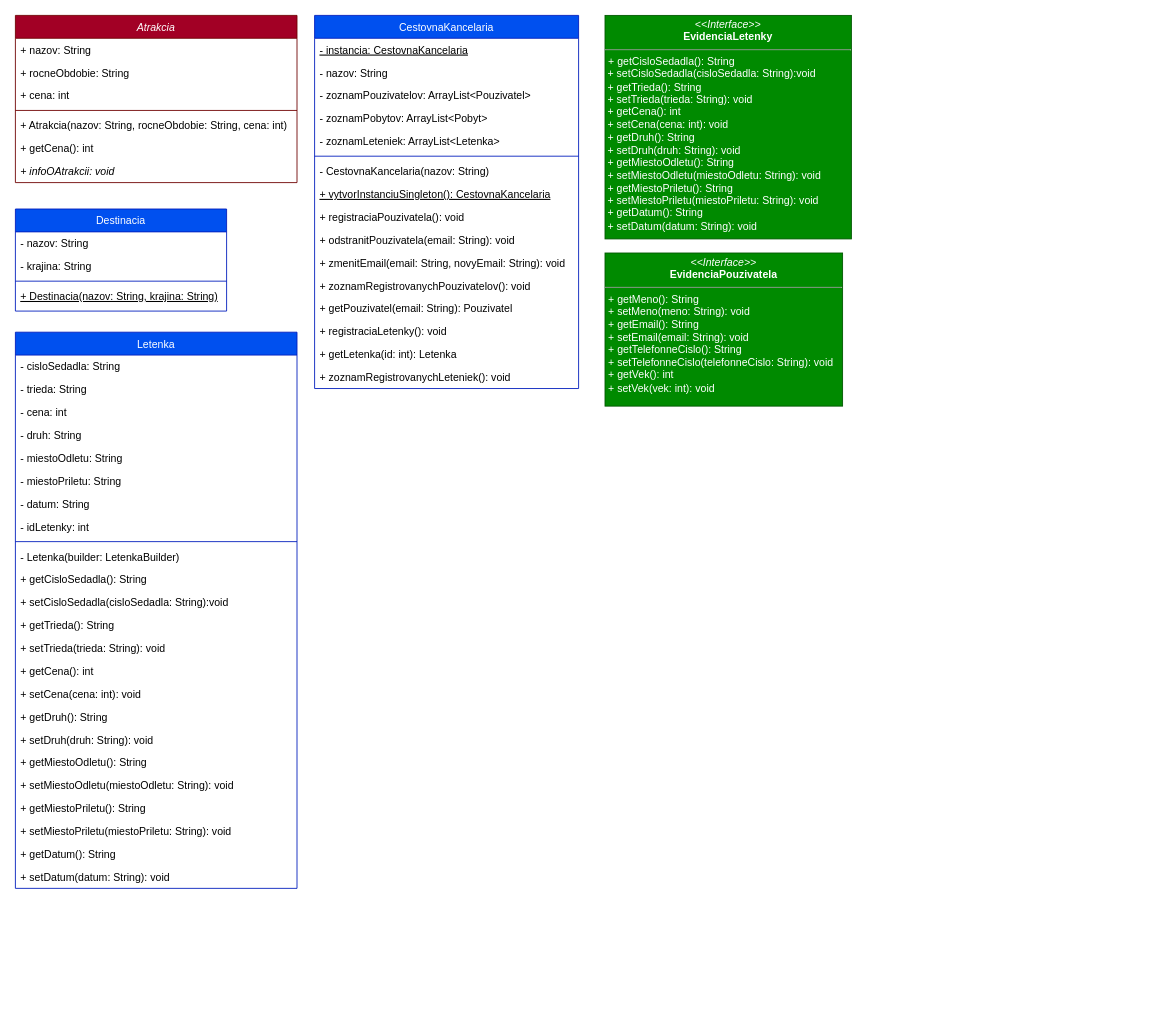
The draw.io diagram src/zadanie/Cestovna_kancelaria.drawio in Marek243-sk/ZadanieANIS2, before the edit. Source tidied: cells renumbered, new cells numbered last; positions are measured from the earlier drawing's top-left corner, leaving out a move shared by most shapes. Both pictures are drawn from the tidied source at 88%, with x=0, y=0 at pixel (15, 15).
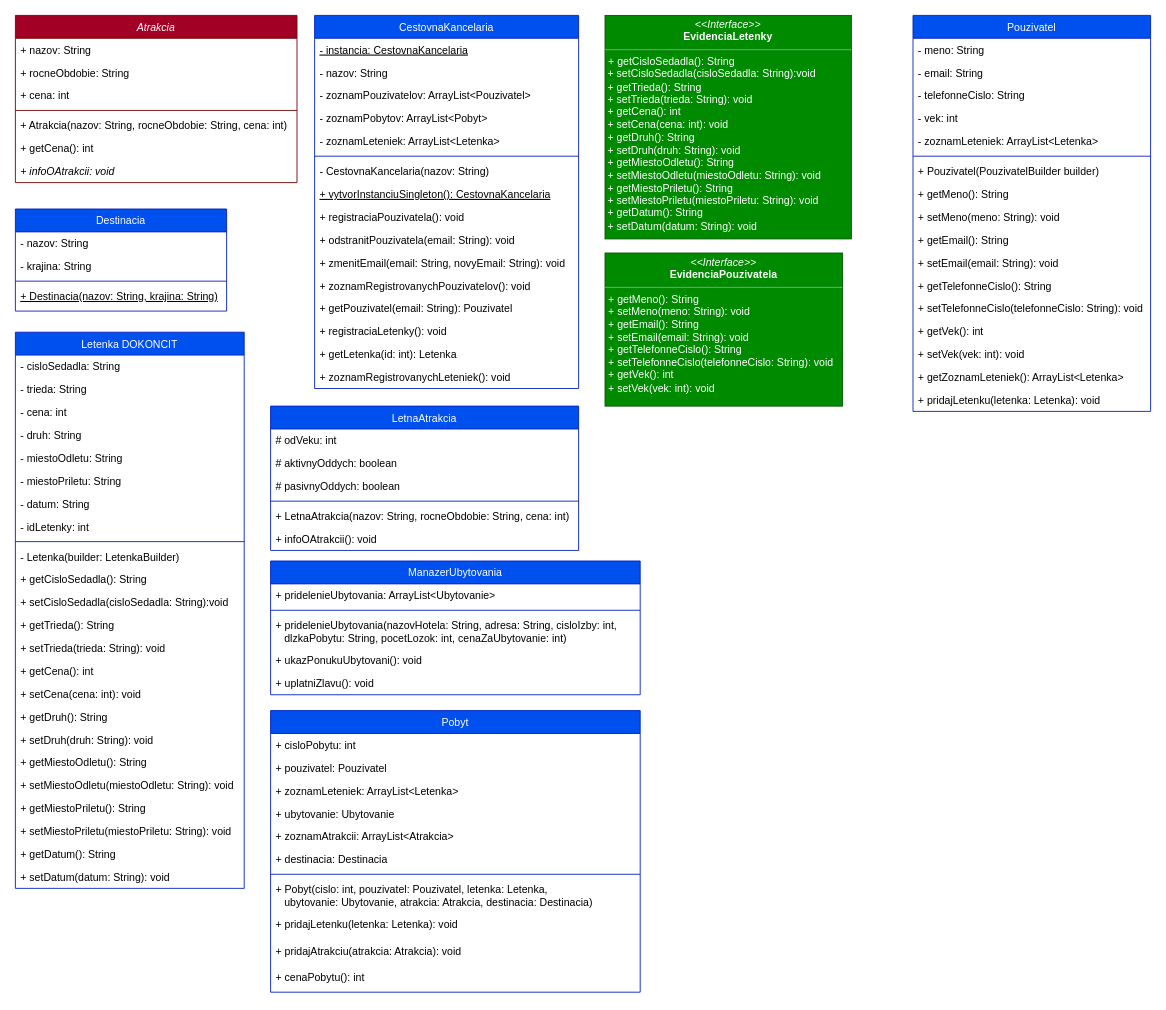
The same diagram, later.

The edit, as a diff of the source:
```diff
@@
-    <mxCell id="34" value="Letenka" style="swimlane;fontStyle=0;align=center;verticalAlign=top;horizontal=1;startSize=26;rounded=0;shadow=0;strokeWidth=1;fillColor=#0050ef;fontColor=#ffffff;strokeColor=#001DBC;" parent="1" vertex="1">
-      <mxGeometry y="360" width="320" height="632" as="geometry" />
+    <mxCell id="34" value="Letenka DOKONCIT" style="swimlane;fontStyle=0;align=center;verticalAlign=top;horizontal=1;startSize=26;rounded=0;shadow=0;strokeWidth=1;fillColor=#0050ef;fontColor=#ffffff;strokeColor=#001DBC;" parent="1" vertex="1">
+      <mxGeometry y="360" width="260" height="632" as="geometry" />
     </mxCell>
     <mxCell id="35" value="- cisloSedadla: String" style="text;align=left;verticalAlign=top;spacingLeft=4;spacingRight=4;overflow=hidden;" parent="34" vertex="1">
-      <mxGeometry y="26" width="320" height="26" as="geometry" />
+      <mxGeometry y="26" width="260" height="26" as="geometry" />
     </mxCell>
     <mxCell id="36" value="- trieda: String" style="text;align=left;verticalAlign=top;spacingLeft=4;spacingRight=4;overflow=hidden;rounded=0;shadow=0;html=0;" parent="34" vertex="1">
-      <mxGeometry y="52" width="320" height="26" as="geometry" />
+      <mxGeometry y="52" width="260" height="26" as="geometry" />
     </mxCell>
     <mxCell id="37" value="- cena: int" style="text;align=left;verticalAlign=top;spacingLeft=4;spacingRight=4;overflow=hidden;rounded=0;shadow=0;html=0;" parent="34" vertex="1">
-      <mxGeometry y="78" width="320" height="26" as="geometry" />
+      <mxGeometry y="78" width="260" height="26" as="geometry" />
     </mxCell>
     <mxCell id="38" value="- druh: String" style="text;align=left;verticalAlign=top;spacingLeft=4;spacingRight=4;overflow=hidden;rounded=0;shadow=0;html=0;" parent="34" vertex="1">
-      <mxGeometry y="104" width="320" height="26" as="geometry" />
+      <mxGeometry y="104" width="260" height="26" as="geometry" />
     </mxCell>
     <mxCell id="39" value="- miestoOdletu: String" style="text;align=left;verticalAlign=top;spacingLeft=4;spacingRight=4;overflow=hidden;rounded=0;shadow=0;html=0;" parent="34" vertex="1">
-      <mxGeometry y="130" width="320" height="26" as="geometry" />
+      <mxGeometry y="130" width="260" height="26" as="geometry" />
     </mxCell>
     <mxCell id="40" value="- miestoPriletu: String" style="text;align=left;verticalAlign=top;spacingLeft=4;spacingRight=4;overflow=hidden;rounded=0;shadow=0;html=0;" parent="34" vertex="1">
-      <mxGeometry y="156" width="320" height="26" as="geometry" />
+      <mxGeometry y="156" width="260" height="26" as="geometry" />
     </mxCell>
     <mxCell id="41" value="- datum: String" style="text;align=left;verticalAlign=top;spacingLeft=4;spacingRight=4;overflow=hidden;rounded=0;shadow=0;html=0;" parent="34" vertex="1">
-      <mxGeometry y="182" width="320" height="26" as="geometry" />
+      <mxGeometry y="182" width="260" height="26" as="geometry" />
     </mxCell>
     <mxCell id="42" value="- idLetenky: int" style="text;align=left;verticalAlign=top;spacingLeft=4;spacingRight=4;overflow=hidden;rounded=0;shadow=0;html=0;" parent="34" vertex="1">
-      <mxGeometry y="208" width="320" height="26" as="geometry" />
+      <mxGeometry y="208" width="260" height="26" as="geometry" />
     </mxCell>
     <mxCell id="43" style="line;html=1;strokeWidth=1;align=left;verticalAlign=middle;spacingTop=-1;spacingLeft=3;spacingRight=3;labelPosition=right;fillColor=#0050ef;fontColor=#ffffff;strokeColor=#001DBC;" parent="34" vertex="1">
-      <mxGeometry y="234" width="320" height="8" as="geometry" />
+      <mxGeometry y="234" width="260" height="8" as="geometry" />
     </mxCell>
     <mxCell id="44" value="- Letenka(builder: LetenkaBuilder)" style="text;align=left;verticalAlign=top;spacingLeft=4;spacingRight=4;overflow=hidden;fontStyle=0;" parent="34" vertex="1">
-      <mxGeometry y="242" width="320" height="26" as="geometry" />
+      <mxGeometry y="242" width="260" height="26" as="geometry" />
     </mxCell>
     <mxCell id="45" value="+ getCisloSedadla(): String" style="text;align=left;verticalAlign=top;spacingLeft=4;spacingRight=4;overflow=hidden;fontStyle=0;" parent="34" vertex="1">
-      <mxGeometry y="268" width="320" height="26" as="geometry" />
+      <mxGeometry y="268" width="260" height="26" as="geometry" />
     </mxCell>
     <mxCell id="46" value="+ setCisloSedadla(cisloSedadla: String):void&#10;" style="text;align=left;verticalAlign=top;spacingLeft=4;spacingRight=4;overflow=hidden;fontStyle=0;" parent="34" vertex="1">
-      <mxGeometry y="294" width="320" height="26" as="geometry" />
+      <mxGeometry y="294" width="260" height="26" as="geometry" />
     </mxCell>
     <mxCell id="47" value="+ getTrieda(): String" style="text;align=left;verticalAlign=top;spacingLeft=4;spacingRight=4;overflow=hidden;fontStyle=0;" parent="34" vertex="1">
-      <mxGeometry y="320" width="320" height="26" as="geometry" />
+      <mxGeometry y="320" width="260" height="26" as="geometry" />
     </mxCell>
     <mxCell id="48" value="+ setTrieda(trieda: String): void" style="text;align=left;verticalAlign=top;spacingLeft=4;spacingRight=4;overflow=hidden;fontStyle=0;" parent="34" vertex="1">
-      <mxGeometry y="346" width="320" height="26" as="geometry" />
+      <mxGeometry y="346" width="260" height="26" as="geometry" />
     </mxCell>
     <mxCell id="49" value="+ getCena(): int" style="text;align=left;verticalAlign=top;spacingLeft=4;spacingRight=4;overflow=hidden;fontStyle=0;" parent="34" vertex="1">
-      <mxGeometry y="372" width="320" height="26" as="geometry" />
+      <mxGeometry y="372" width="260" height="26" as="geometry" />
     </mxCell>
     <mxCell id="50" value="+ setCena(cena: int): void" style="text;align=left;verticalAlign=top;spacingLeft=4;spacingRight=4;overflow=hidden;fontStyle=0;" parent="34" vertex="1">
-      <mxGeometry y="398" width="320" height="26" as="geometry" />
+      <mxGeometry y="398" width="260" height="26" as="geometry" />
     </mxCell>
     <mxCell id="51" value="+ getDruh(): String" style="text;align=left;verticalAlign=top;spacingLeft=4;spacingRight=4;overflow=hidden;fontStyle=0;" parent="34" vertex="1">
-      <mxGeometry y="424" width="320" height="26" as="geometry" />
+      <mxGeometry y="424" width="260" height="26" as="geometry" />
     </mxCell>
     <mxCell id="52" value="+ setDruh(druh: String): void" style="text;align=left;verticalAlign=top;spacingLeft=4;spacingRight=4;overflow=hidden;fontStyle=0;" parent="34" vertex="1">
-      <mxGeometry y="450" width="320" height="26" as="geometry" />
+      <mxGeometry y="450" width="260" height="26" as="geometry" />
     </mxCell>
     <mxCell id="53" value="+ getMiestoOdletu(): String" style="text;align=left;verticalAlign=top;spacingLeft=4;spacingRight=4;overflow=hidden;fontStyle=0;" parent="34" vertex="1">
-      <mxGeometry y="476" width="320" height="26" as="geometry" />
+      <mxGeometry y="476" width="260" height="26" as="geometry" />
     </mxCell>
     <mxCell id="54" value="+ setMiestoOdletu(miestoOdletu: String): void" style="text;align=left;verticalAlign=top;spacingLeft=4;spacingRight=4;overflow=hidden;fontStyle=0;" parent="34" vertex="1">
-      <mxGeometry y="502" width="320" height="26" as="geometry" />
+      <mxGeometry y="502" width="260" height="26" as="geometry" />
     </mxCell>
     <mxCell id="55" value="+ getMiestoPriletu(): String" style="text;align=left;verticalAlign=top;spacingLeft=4;spacingRight=4;overflow=hidden;fontStyle=0;" parent="34" vertex="1">
-      <mxGeometry y="528" width="320" height="26" as="geometry" />
+      <mxGeometry y="528" width="260" height="26" as="geometry" />
     </mxCell>
     <mxCell id="56" value="+ setMiestoPriletu(miestoPriletu: String): void" style="text;align=left;verticalAlign=top;spacingLeft=4;spacingRight=4;overflow=hidden;fontStyle=0;" parent="34" vertex="1">
-      <mxGeometry y="554" width="320" height="26" as="geometry" />
+      <mxGeometry y="554" width="260" height="26" as="geometry" />
     </mxCell>
     <mxCell id="57" value="+ getDatum(): String" style="text;align=left;verticalAlign=top;spacingLeft=4;spacingRight=4;overflow=hidden;fontStyle=0;" parent="34" vertex="1">
-      <mxGeometry y="580" width="320" height="26" as="geometry" />
+      <mxGeometry y="580" width="260" height="26" as="geometry" />
     </mxCell>
     <mxCell id="58" value="+ setDatum(datum: String): void" style="text;align=left;verticalAlign=top;spacingLeft=4;spacingRight=4;overflow=hidden;fontStyle=0;" parent="34" vertex="1">
-      <mxGeometry y="606" width="320" height="26" as="geometry" />
+      <mxGeometry y="606" width="260" height="26" as="geometry" />
     </mxCell>
+    <mxCell id="59" value="LetnaAtrakcia" style="swimlane;fontStyle=0;align=center;verticalAlign=top;horizontal=1;startSize=26;rounded=0;shadow=0;strokeWidth=1;fillColor=#0050ef;fontColor=#ffffff;strokeColor=#001DBC;" parent="1" vertex="1">
+      <mxGeometry x="290" y="444" width="350" height="164" as="geometry" />
+    </mxCell>
+    <mxCell id="60" value="# odVeku: int" style="text;align=left;verticalAlign=top;spacingLeft=4;spacingRight=4;overflow=hidden;" parent="59" vertex="1">
+      <mxGeometry y="26" width="350" height="26" as="geometry" />
+    </mxCell>
+    <mxCell id="61" value="# aktivnyOddych: boolean" style="text;align=left;verticalAlign=top;spacingLeft=4;spacingRight=4;overflow=hidden;rounded=0;shadow=0;html=0;" parent="59" vertex="1">
+      <mxGeometry y="52" width="350" height="26" as="geometry" />
+    </mxCell>
+    <mxCell id="62" value="# pasivnyOddych: boolean" style="text;align=left;verticalAlign=top;spacingLeft=4;spacingRight=4;overflow=hidden;rounded=0;shadow=0;html=0;" parent="59" vertex="1">
+      <mxGeometry y="78" width="350" height="26" as="geometry" />
+    </mxCell>
+    <mxCell id="63" style="line;html=1;strokeWidth=1;align=left;verticalAlign=middle;spacingTop=-1;spacingLeft=3;spacingRight=3;labelPosition=right;fillColor=#0050ef;fontColor=#ffffff;strokeColor=#001DBC;" parent="59" vertex="1">
+      <mxGeometry y="104" width="350" height="8" as="geometry" />
+    </mxCell>
+    <mxCell id="64" value="+ LetnaAtrakcia(nazov: String, rocneObdobie: String, cena: int)" style="text;align=left;verticalAlign=top;spacingLeft=4;spacingRight=4;overflow=hidden;fontStyle=0;" parent="59" vertex="1">
+      <mxGeometry y="112" width="350" height="26" as="geometry" />
+    </mxCell>
+    <mxCell id="65" value="+ infoOAtrakcii(): void" style="text;align=left;verticalAlign=top;spacingLeft=4;spacingRight=4;overflow=hidden;fontStyle=0;" parent="59" vertex="1">
+      <mxGeometry y="138" width="350" height="26" as="geometry" />
+    </mxCell>
+    <mxCell id="66" value="ManazerUbytovania" style="swimlane;fontStyle=0;align=center;verticalAlign=top;horizontal=1;startSize=26;rounded=0;shadow=0;strokeWidth=1;fillColor=#0050ef;fontColor=#ffffff;strokeColor=#001DBC;" parent="1" vertex="1">
+      <mxGeometry x="290" y="620" width="420" height="152" as="geometry" />
+    </mxCell>
+    <mxCell id="67" value="+ pridelenieUbytovania: ArrayList&lt;Ubytovanie&gt;" style="text;align=left;verticalAlign=top;spacingLeft=4;spacingRight=4;overflow=hidden;" parent="66" vertex="1">
+      <mxGeometry y="26" width="420" height="26" as="geometry" />
+    </mxCell>
+    <mxCell id="68" style="line;html=1;strokeWidth=1;align=left;verticalAlign=middle;spacingTop=-1;spacingLeft=3;spacingRight=3;labelPosition=right;fillColor=#0050ef;fontColor=#ffffff;strokeColor=#001DBC;" parent="66" vertex="1">
+      <mxGeometry y="52" width="420" height="8" as="geometry" />
+    </mxCell>
+    <mxCell id="69" value="+ pridelenieUbytovania(nazovHotela: String, adresa: String, cisloIzby: int, &#10;   dlzkaPobytu: String, pocetLozok: int, cenaZaUbytovanie: int)" style="text;align=left;verticalAlign=top;spacingLeft=4;spacingRight=4;overflow=hidden;fontStyle=0;" parent="66" vertex="1">
+      <mxGeometry y="60" width="420" height="40" as="geometry" />
+    </mxCell>
+    <mxCell id="70" value="+ ukazPonukuUbytovani(): void" style="text;align=left;verticalAlign=top;spacingLeft=4;spacingRight=4;overflow=hidden;fontStyle=0;" parent="66" vertex="1">
+      <mxGeometry y="100" width="420" height="26" as="geometry" />
+    </mxCell>
+    <mxCell id="71" value="+ uplatniZlavu(): void" style="text;align=left;verticalAlign=top;spacingLeft=4;spacingRight=4;overflow=hidden;fontStyle=0;" parent="66" vertex="1">
+      <mxGeometry y="126" width="420" height="26" as="geometry" />
+    </mxCell>
+    <mxCell id="72" value="Pobyt" style="swimlane;fontStyle=0;align=center;verticalAlign=top;horizontal=1;startSize=26;rounded=0;shadow=0;strokeWidth=1;fillColor=#0050ef;fontColor=#ffffff;strokeColor=#001DBC;" parent="1" vertex="1">
+      <mxGeometry x="290" y="790" width="420" height="320" as="geometry" />
+    </mxCell>
+    <mxCell id="73" value="+ cisloPobytu: int" style="text;align=left;verticalAlign=top;spacingLeft=4;spacingRight=4;overflow=hidden;" parent="72" vertex="1">
+      <mxGeometry y="26" width="420" height="26" as="geometry" />
+    </mxCell>
+    <mxCell id="74" value="+ pouzivatel: Pouzivatel" style="text;align=left;verticalAlign=top;spacingLeft=4;spacingRight=4;overflow=hidden;rounded=0;shadow=0;html=0;" parent="72" vertex="1">
+      <mxGeometry y="52" width="420" height="26" as="geometry" />
+    </mxCell>
+    <mxCell id="75" value="+ zoznamLeteniek: ArrayList&lt;Letenka&gt;" style="text;align=left;verticalAlign=top;spacingLeft=4;spacingRight=4;overflow=hidden;rounded=0;shadow=0;html=0;" parent="72" vertex="1">
+      <mxGeometry y="78" width="420" height="26" as="geometry" />
+    </mxCell>
+    <mxCell id="76" value="+ ubytovanie: Ubytovanie " style="text;align=left;verticalAlign=top;spacingLeft=4;spacingRight=4;overflow=hidden;rounded=0;shadow=0;html=0;" parent="72" vertex="1">
+      <mxGeometry y="104" width="420" height="26" as="geometry" />
+    </mxCell>
+    <mxCell id="77" value="+ zoznamAtrakcii: ArrayList&lt;Atrakcia&gt;" style="text;align=left;verticalAlign=top;spacingLeft=4;spacingRight=4;overflow=hidden;rounded=0;shadow=0;html=0;" parent="72" vertex="1">
+      <mxGeometry y="130" width="420" height="26" as="geometry" />
+    </mxCell>
+    <mxCell id="78" value="+ destinacia: Destinacia" style="text;align=left;verticalAlign=top;spacingLeft=4;spacingRight=4;overflow=hidden;rounded=0;shadow=0;html=0;" parent="72" vertex="1">
+      <mxGeometry y="156" width="420" height="26" as="geometry" />
+    </mxCell>
+    <mxCell id="79" style="line;html=1;strokeWidth=1;align=left;verticalAlign=middle;spacingTop=-1;spacingLeft=3;spacingRight=3;labelPosition=right;fillColor=#0050ef;fontColor=#ffffff;strokeColor=#001DBC;" parent="72" vertex="1">
+      <mxGeometry y="182" width="420" height="8" as="geometry" />
+    </mxCell>
+    <mxCell id="80" value="+ Pobyt(cislo: int, pouzivatel: Pouzivatel, letenka: Letenka, &#10;   ubytovanie: Ubytovanie, atrakcia: Atrakcia, destinacia: Destinacia)" style="text;align=left;verticalAlign=top;spacingLeft=4;spacingRight=4;overflow=hidden;fontStyle=0;" parent="72" vertex="1">
+      <mxGeometry y="190" width="420" height="40" as="geometry" />
+    </mxCell>
+    <mxCell id="81" value="+ pridajLetenku(letenka: Letenka): void" style="text;align=left;verticalAlign=top;spacingLeft=4;spacingRight=4;overflow=hidden;fontStyle=0;" parent="72" vertex="1">
+      <mxGeometry y="230" width="420" height="30" as="geometry" />
+    </mxCell>
+    <mxCell id="82" value="+ pridajAtrakciu(atrakcia: Atrakcia): void" style="text;align=left;verticalAlign=top;spacingLeft=4;spacingRight=4;overflow=hidden;fontStyle=0;" parent="72" vertex="1">
+      <mxGeometry y="260" width="420" height="30" as="geometry" />
+    </mxCell>
+    <mxCell id="83" value="+ cenaPobytu(): int" style="text;align=left;verticalAlign=top;spacingLeft=4;spacingRight=4;overflow=hidden;fontStyle=0;" parent="72" vertex="1">
+      <mxGeometry y="290" width="420" height="30" as="geometry" />
+    </mxCell>
+    <mxCell id="84" value="Pouzivatel" style="swimlane;fontStyle=0;align=center;verticalAlign=top;horizontal=1;startSize=26;rounded=0;shadow=0;strokeWidth=1;fillColor=#0050ef;fontColor=#ffffff;strokeColor=#001DBC;" parent="1" vertex="1">
+      <mxGeometry x="1020" width="270" height="450" as="geometry" />
+    </mxCell>
+    <mxCell id="85" value="- meno: String" style="text;align=left;verticalAlign=top;spacingLeft=4;spacingRight=4;overflow=hidden;" parent="84" vertex="1">
+      <mxGeometry y="26" width="270" height="26" as="geometry" />
+    </mxCell>
+    <mxCell id="86" value="- email: String" style="text;align=left;verticalAlign=top;spacingLeft=4;spacingRight=4;overflow=hidden;rounded=0;shadow=0;html=0;" parent="84" vertex="1">
+      <mxGeometry y="52" width="270" height="26" as="geometry" />
+    </mxCell>
+    <mxCell id="87" value="- telefonneCislo: String" style="text;align=left;verticalAlign=top;spacingLeft=4;spacingRight=4;overflow=hidden;rounded=0;shadow=0;html=0;" parent="84" vertex="1">
+      <mxGeometry y="78" width="270" height="26" as="geometry" />
+    </mxCell>
+    <mxCell id="88" value="- vek: int" style="text;align=left;verticalAlign=top;spacingLeft=4;spacingRight=4;overflow=hidden;rounded=0;shadow=0;html=0;" parent="84" vertex="1">
+      <mxGeometry y="104" width="270" height="26" as="geometry" />
+    </mxCell>
+    <mxCell id="89" value="- zoznamLeteniek: ArrayList&lt;Letenka&gt;" style="text;align=left;verticalAlign=top;spacingLeft=4;spacingRight=4;overflow=hidden;rounded=0;shadow=0;html=0;" parent="84" vertex="1">
+      <mxGeometry y="130" width="270" height="26" as="geometry" />
+    </mxCell>
+    <mxCell id="90" style="line;html=1;strokeWidth=1;align=left;verticalAlign=middle;spacingTop=-1;spacingLeft=3;spacingRight=3;labelPosition=right;fillColor=#0050ef;fontColor=#ffffff;strokeColor=#001DBC;" parent="84" vertex="1">
+      <mxGeometry y="156" width="270" height="8" as="geometry" />
+    </mxCell>
+    <mxCell id="91" value="+ Pouzivatel(PouzivatelBuilder builder)" style="text;align=left;verticalAlign=top;spacingLeft=4;spacingRight=4;overflow=hidden;fontStyle=0;" parent="84" vertex="1">
+      <mxGeometry y="164" width="270" height="26" as="geometry" />
+    </mxCell>
+    <mxCell id="92" value="+ getMeno(): String" style="text;align=left;verticalAlign=top;spacingLeft=4;spacingRight=4;overflow=hidden;fontStyle=0;" parent="84" vertex="1">
+      <mxGeometry y="190" width="270" height="26" as="geometry" />
+    </mxCell>
+    <mxCell id="93" value="+ setMeno(meno: String): void" style="text;align=left;verticalAlign=top;spacingLeft=4;spacingRight=4;overflow=hidden;fontStyle=0;" parent="84" vertex="1">
+      <mxGeometry y="216" width="270" height="26" as="geometry" />
+    </mxCell>
+    <mxCell id="94" value="+ getEmail(): String" style="text;align=left;verticalAlign=top;spacingLeft=4;spacingRight=4;overflow=hidden;fontStyle=0;" parent="84" vertex="1">
+      <mxGeometry y="242" width="270" height="26" as="geometry" />
+    </mxCell>
+    <mxCell id="95" value="+ setEmail(email: String): void" style="text;align=left;verticalAlign=top;spacingLeft=4;spacingRight=4;overflow=hidden;fontStyle=0;" parent="84" vertex="1">
+      <mxGeometry y="268" width="270" height="26" as="geometry" />
+    </mxCell>
+    <mxCell id="96" value="+ getTelefonneCislo(): String" style="text;align=left;verticalAlign=top;spacingLeft=4;spacingRight=4;overflow=hidden;fontStyle=0;" parent="84" vertex="1">
+      <mxGeometry y="294" width="270" height="26" as="geometry" />
+    </mxCell>
+    <mxCell id="97" value="+ setTelefonneCislo(telefonneCislo: String): void" style="text;align=left;verticalAlign=top;spacingLeft=4;spacingRight=4;overflow=hidden;fontStyle=0;" parent="84" vertex="1">
+      <mxGeometry y="320" width="270" height="26" as="geometry" />
+    </mxCell>
+    <mxCell id="98" value="+ getVek(): int" style="text;align=left;verticalAlign=top;spacingLeft=4;spacingRight=4;overflow=hidden;fontStyle=0;" parent="84" vertex="1">
+      <mxGeometry y="346" width="270" height="26" as="geometry" />
+    </mxCell>
+    <mxCell id="99" value="+ setVek(vek: int): void" style="text;align=left;verticalAlign=top;spacingLeft=4;spacingRight=4;overflow=hidden;fontStyle=0;" parent="84" vertex="1">
+      <mxGeometry y="372" width="270" height="26" as="geometry" />
+    </mxCell>
+    <mxCell id="100" value="+ getZoznamLeteniek(): ArrayList&lt;Letenka&gt;" style="text;align=left;verticalAlign=top;spacingLeft=4;spacingRight=4;overflow=hidden;fontStyle=0;" parent="84" vertex="1">
+      <mxGeometry y="398" width="270" height="26" as="geometry" />
+    </mxCell>
+    <mxCell id="101" value="+ pridajLetenku(letenka: Letenka): void" style="text;align=left;verticalAlign=top;spacingLeft=4;spacingRight=4;overflow=hidden;fontStyle=0;" parent="84" vertex="1">
+      <mxGeometry y="424" width="270" height="26" as="geometry" />
+    </mxCell>
```
